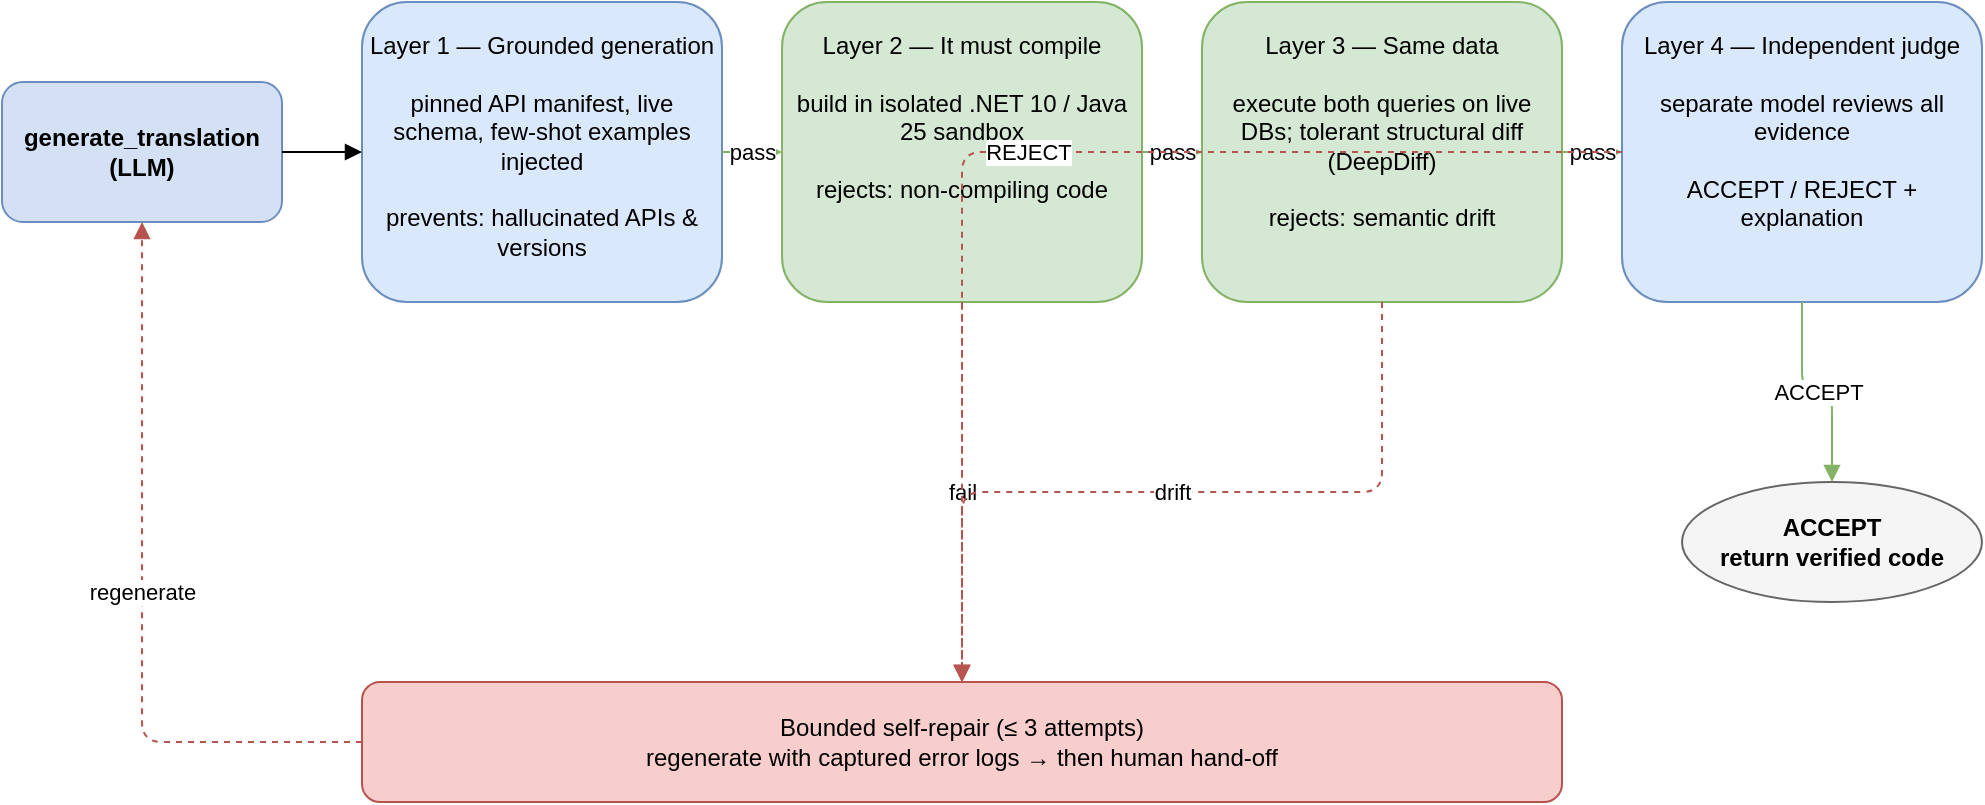
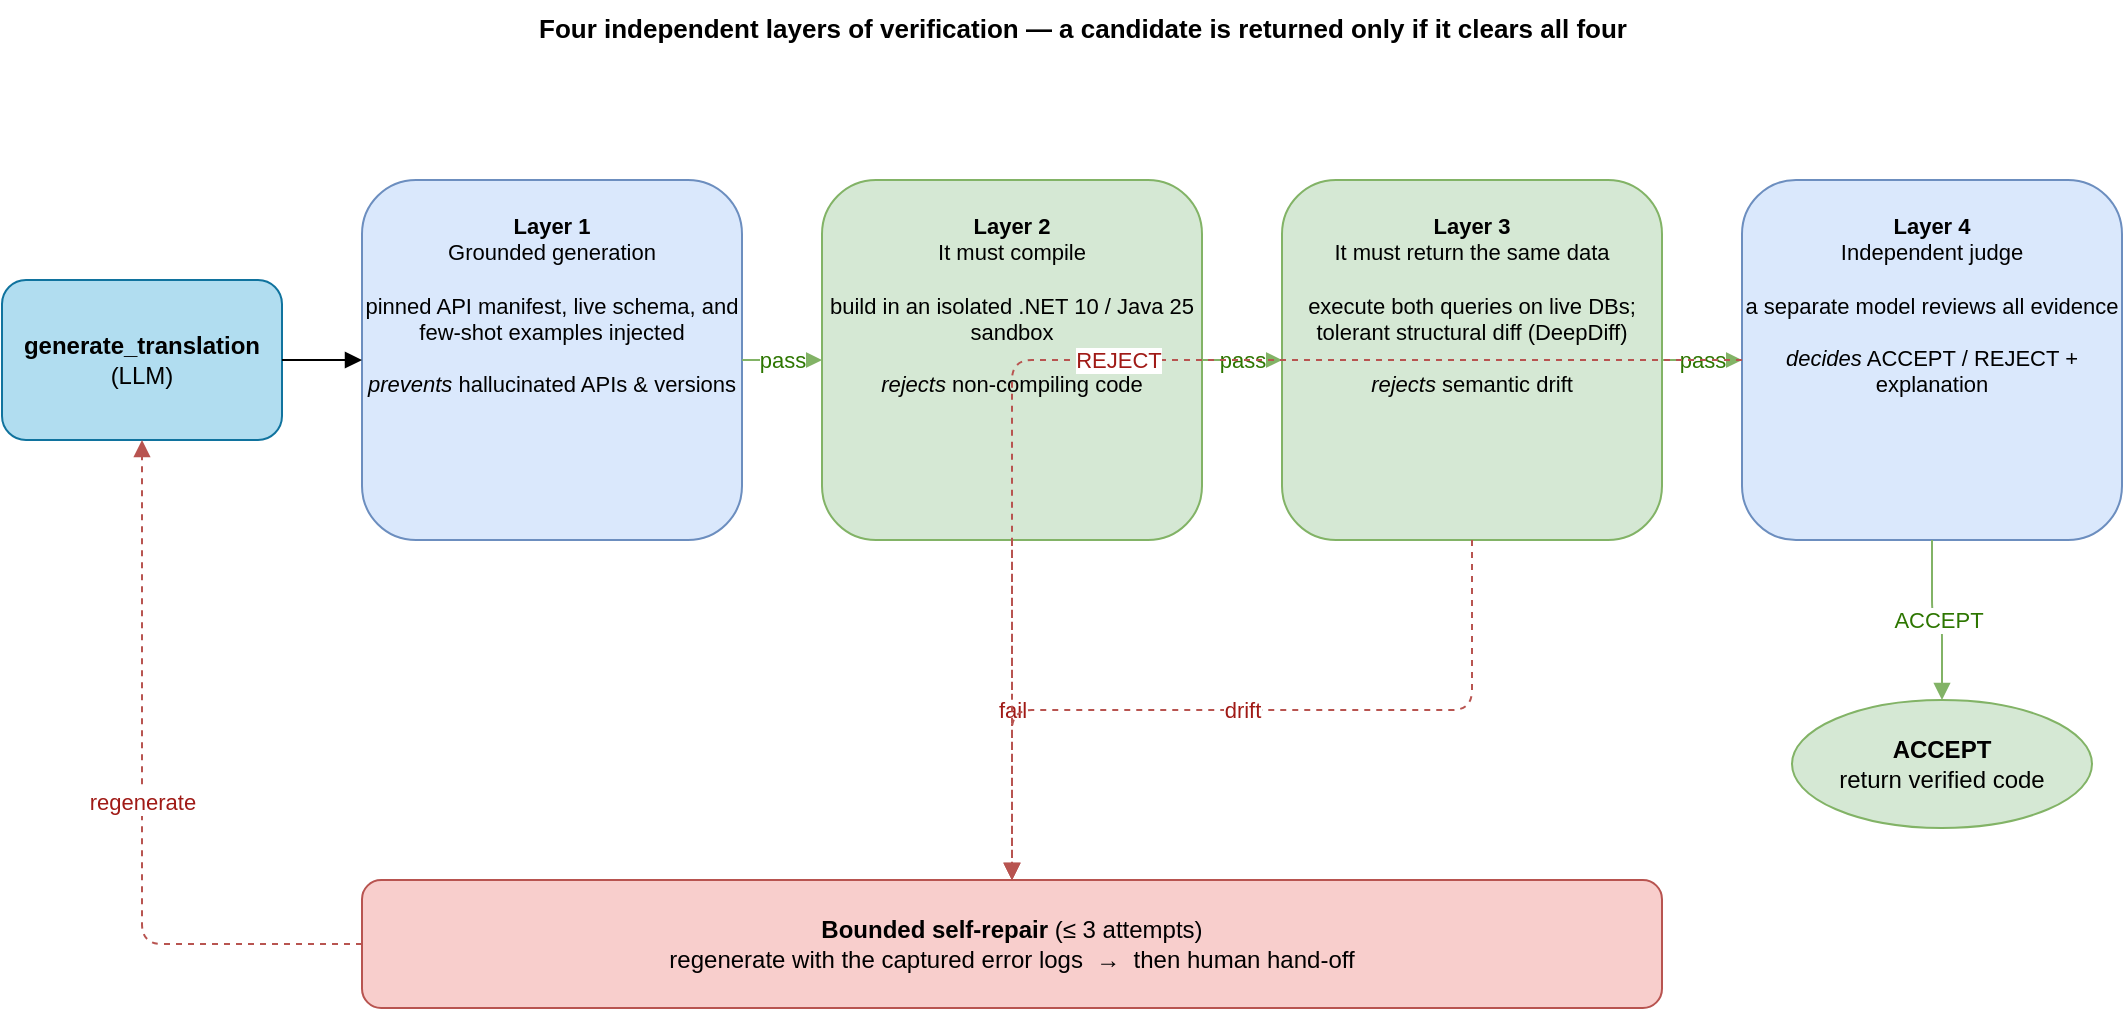
- <mxGraphModel dx="1100" dy="700" grid="1" gridSize="10" guides="1" tooltips="1" connect="1" arrows="1" fold="1" page="1" pageScale="1" pageWidth="1100" pageHeight="700" math="0" shadow="0">
-   <root>
-     <mxCell id="0"/>
-     <mxCell id="1" parent="0"/>
+ <mxfile host="Electron" agent="Mozilla/5.0" version="27.0.9">
+   <diagram id="uom-verification-layers" name="Verification Layers">
+     <mxGraphModel dx="1100" dy="720" grid="1" gridSize="10" guides="1" tooltips="1" connect="1" arrows="1" fold="1" page="1" pageScale="1" pageWidth="1160" pageHeight="560" math="0" shadow="0">
+       <root>
+         <mxCell id="0"/>
+         <mxCell id="1" parent="0"/>

-     <mxCell id="gen" value="generate_translation&#10;(LLM)" style="rounded=1;whiteSpace=wrap;html=1;fillColor=#d4e1f5;strokeColor=#6c8ebf;fontStyle=1" vertex="1" parent="1"><mxGeometry x="40" y="120" width="140" height="70" as="geometry"/></mxCell>
+         <mxCell id="title" value="Four independent layers of verification — a candidate is returned only if it clears all four" style="text;html=1;align=center;fontStyle=1;fontSize=13;fillColor=none" vertex="1" parent="1"><mxGeometry x="60" y="10" width="1040" height="26" as="geometry"/></mxCell>

-     <mxCell id="l1" value="Layer 1 — Grounded generation&#10;&#10;pinned API manifest, live schema, few-shot examples injected&#10;&#10;prevents: hallucinated APIs &amp; versions" style="rounded=1;whiteSpace=wrap;html=1;fillColor=#dae8fc;strokeColor=#6c8ebf;align=center;verticalAlign=top;spacingTop=8" vertex="1" parent="1"><mxGeometry x="220" y="80" width="180" height="150" as="geometry"/></mxCell>
-     <mxCell id="l2" value="Layer 2 — It must compile&#10;&#10;build in isolated .NET 10 / Java 25 sandbox&#10;&#10;rejects: non-compiling code" style="rounded=1;whiteSpace=wrap;html=1;fillColor=#d5e8d4;strokeColor=#82b366;align=center;verticalAlign=top;spacingTop=8" vertex="1" parent="1"><mxGeometry x="430" y="80" width="180" height="150" as="geometry"/></mxCell>
-     <mxCell id="l3" value="Layer 3 — Same data&#10;&#10;execute both queries on live DBs; tolerant structural diff (DeepDiff)&#10;&#10;rejects: semantic drift" style="rounded=1;whiteSpace=wrap;html=1;fillColor=#d5e8d4;strokeColor=#82b366;align=center;verticalAlign=top;spacingTop=8" vertex="1" parent="1"><mxGeometry x="640" y="80" width="180" height="150" as="geometry"/></mxCell>
-     <mxCell id="l4" value="Layer 4 — Independent judge&#10;&#10;separate model reviews all evidence&#10;&#10;ACCEPT / REJECT + explanation" style="rounded=1;whiteSpace=wrap;html=1;fillColor=#dae8fc;strokeColor=#6c8ebf;align=center;verticalAlign=top;spacingTop=8" vertex="1" parent="1"><mxGeometry x="850" y="80" width="180" height="150" as="geometry"/></mxCell>
+         <mxCell id="gen" value="&lt;b&gt;generate_translation&lt;/b&gt;&lt;br&gt;(LLM)" style="rounded=1;whiteSpace=wrap;html=1;fillColor=#b1ddf0;strokeColor=#10739e" vertex="1" parent="1"><mxGeometry x="40" y="150" width="140" height="80" as="geometry"/></mxCell>

-     <mxCell id="accept" value="ACCEPT&#10;return verified code" style="ellipse;whiteSpace=wrap;html=1;fillColor=#f5f5f5;strokeColor=#666666;fontStyle=1" vertex="1" parent="1"><mxGeometry x="880" y="320" width="150" height="60" as="geometry"/></mxCell>
+         <mxCell id="l1" value="&lt;b&gt;Layer 1&lt;/b&gt;&lt;br&gt;Grounded generation&lt;br&gt;&lt;br&gt;pinned API manifest, live schema, and few-shot examples injected&lt;br&gt;&lt;br&gt;&lt;i&gt;prevents&lt;/i&gt; hallucinated APIs &amp; versions" style="rounded=1;whiteSpace=wrap;html=1;fillColor=#dae8fc;strokeColor=#6c8ebf;align=center;verticalAlign=top;spacingTop=10;fontSize=11" vertex="1" parent="1"><mxGeometry x="220" y="100" width="190" height="180" as="geometry"/></mxCell>
+         <mxCell id="l2" value="&lt;b&gt;Layer 2&lt;/b&gt;&lt;br&gt;It must compile&lt;br&gt;&lt;br&gt;build in an isolated .NET 10 / Java 25 sandbox&lt;br&gt;&lt;br&gt;&lt;i&gt;rejects&lt;/i&gt; non-compiling code" style="rounded=1;whiteSpace=wrap;html=1;fillColor=#d5e8d4;strokeColor=#82b366;align=center;verticalAlign=top;spacingTop=10;fontSize=11" vertex="1" parent="1"><mxGeometry x="450" y="100" width="190" height="180" as="geometry"/></mxCell>
+         <mxCell id="l3" value="&lt;b&gt;Layer 3&lt;/b&gt;&lt;br&gt;It must return the same data&lt;br&gt;&lt;br&gt;execute both queries on live DBs; tolerant structural diff (DeepDiff)&lt;br&gt;&lt;br&gt;&lt;i&gt;rejects&lt;/i&gt; semantic drift" style="rounded=1;whiteSpace=wrap;html=1;fillColor=#d5e8d4;strokeColor=#82b366;align=center;verticalAlign=top;spacingTop=10;fontSize=11" vertex="1" parent="1"><mxGeometry x="680" y="100" width="190" height="180" as="geometry"/></mxCell>
+         <mxCell id="l4" value="&lt;b&gt;Layer 4&lt;/b&gt;&lt;br&gt;Independent judge&lt;br&gt;&lt;br&gt;a separate model reviews all evidence&lt;br&gt;&lt;br&gt;&lt;i&gt;decides&lt;/i&gt; ACCEPT / REJECT + explanation" style="rounded=1;whiteSpace=wrap;html=1;fillColor=#dae8fc;strokeColor=#6c8ebf;align=center;verticalAlign=top;spacingTop=10;fontSize=11" vertex="1" parent="1"><mxGeometry x="910" y="100" width="190" height="180" as="geometry"/></mxCell>

-     <mxCell id="repair" value="Bounded self-repair  (&#8804; 3 attempts)&#10;regenerate with captured error logs  &#8594;  then human hand-off" style="rounded=1;whiteSpace=wrap;html=1;fillColor=#f8cecc;strokeColor=#b85450" vertex="1" parent="1"><mxGeometry x="220" y="420" width="600" height="60" as="geometry"/></mxCell>
+         <mxCell id="accept" value="&lt;b&gt;ACCEPT&lt;/b&gt;&lt;br&gt;return verified code" style="ellipse;whiteSpace=wrap;html=1;fillColor=#d5e8d4;strokeColor=#82b366;fontStyle=0" vertex="1" parent="1"><mxGeometry x="935" y="360" width="150" height="64" as="geometry"/></mxCell>
+         <mxCell id="repair" value="&lt;b&gt;Bounded self-repair&lt;/b&gt;  (&#8804; 3 attempts)&lt;br&gt;regenerate with the captured error logs&amp;nbsp;&amp;nbsp;&#8594;&amp;nbsp;&amp;nbsp;then human hand-off" style="rounded=1;whiteSpace=wrap;html=1;fillColor=#f8cecc;strokeColor=#b85450;fontSize=12" vertex="1" parent="1"><mxGeometry x="220" y="450" width="650" height="64" as="geometry"/></mxCell>

-     <mxCell id="ce1" style="edgeStyle=orthogonalEdgeStyle;rounded=1;html=1;endArrow=block" edge="1" parent="1" source="gen" target="l1"><mxGeometry relative="1" as="geometry"/></mxCell>
-     <mxCell id="ce2" value="pass" style="edgeStyle=orthogonalEdgeStyle;rounded=1;html=1;endArrow=block;strokeColor=#82b366" edge="1" parent="1" source="l1" target="l2"><mxGeometry relative="1" as="geometry"/></mxCell>
-     <mxCell id="ce3" value="pass" style="edgeStyle=orthogonalEdgeStyle;rounded=1;html=1;endArrow=block;strokeColor=#82b366" edge="1" parent="1" source="l2" target="l3"><mxGeometry relative="1" as="geometry"/></mxCell>
-     <mxCell id="ce4" value="pass" style="edgeStyle=orthogonalEdgeStyle;rounded=1;html=1;endArrow=block;strokeColor=#82b366" edge="1" parent="1" source="l3" target="l4"><mxGeometry relative="1" as="geometry"/></mxCell>
-     <mxCell id="ce5" value="ACCEPT" style="edgeStyle=orthogonalEdgeStyle;rounded=1;html=1;endArrow=block;strokeColor=#82b366" edge="1" parent="1" source="l4" target="accept"><mxGeometry relative="1" as="geometry"/></mxCell>
+         <mxCell id="ce1" style="edgeStyle=orthogonalEdgeStyle;rounded=1;html=1;endArrow=block" edge="1" parent="1" source="gen" target="l1"><mxGeometry relative="1" as="geometry"/></mxCell>
+         <mxCell id="ce2" value="pass" style="edgeStyle=orthogonalEdgeStyle;rounded=1;html=1;endArrow=block;strokeColor=#82b366;fontColor=#2d7600" edge="1" parent="1" source="l1" target="l2"><mxGeometry relative="1" as="geometry"/></mxCell>
+         <mxCell id="ce3" value="pass" style="edgeStyle=orthogonalEdgeStyle;rounded=1;html=1;endArrow=block;strokeColor=#82b366;fontColor=#2d7600" edge="1" parent="1" source="l2" target="l3"><mxGeometry relative="1" as="geometry"/></mxCell>
+         <mxCell id="ce4" value="pass" style="edgeStyle=orthogonalEdgeStyle;rounded=1;html=1;endArrow=block;strokeColor=#82b366;fontColor=#2d7600" edge="1" parent="1" source="l3" target="l4"><mxGeometry relative="1" as="geometry"/></mxCell>
+         <mxCell id="ce5" value="ACCEPT" style="edgeStyle=orthogonalEdgeStyle;rounded=1;html=1;endArrow=block;strokeColor=#82b366;fontColor=#2d7600" edge="1" parent="1" source="l4" target="accept"><mxGeometry relative="1" as="geometry"/></mxCell>

-     <mxCell id="cf2" value="fail" style="edgeStyle=orthogonalEdgeStyle;rounded=1;html=1;endArrow=block;strokeColor=#b85450;dashed=1" edge="1" parent="1" source="l2" target="repair"><mxGeometry relative="1" as="geometry"/></mxCell>
-     <mxCell id="cf3" value="drift" style="edgeStyle=orthogonalEdgeStyle;rounded=1;html=1;endArrow=block;strokeColor=#b85450;dashed=1" edge="1" parent="1" source="l3" target="repair"><mxGeometry relative="1" as="geometry"/></mxCell>
-     <mxCell id="cf4" value="REJECT" style="edgeStyle=orthogonalEdgeStyle;rounded=1;html=1;endArrow=block;strokeColor=#b85450;dashed=1" edge="1" parent="1" source="l4" target="repair"><mxGeometry relative="1" as="geometry"/></mxCell>
-     <mxCell id="cf5" value="regenerate" style="edgeStyle=orthogonalEdgeStyle;rounded=1;html=1;endArrow=block;strokeColor=#b85450;dashed=1" edge="1" parent="1" source="repair" target="gen"><mxGeometry relative="1" as="geometry"/></mxCell>
-   </root>
- </mxGraphModel>
+         <mxCell id="cf2" value="fail" style="edgeStyle=orthogonalEdgeStyle;rounded=1;html=1;endArrow=block;strokeColor=#b85450;dashed=1;fontColor=#a01a16" edge="1" parent="1" source="l2" target="repair"><mxGeometry relative="1" as="geometry"/></mxCell>
+         <mxCell id="cf3" value="drift" style="edgeStyle=orthogonalEdgeStyle;rounded=1;html=1;endArrow=block;strokeColor=#b85450;dashed=1;fontColor=#a01a16" edge="1" parent="1" source="l3" target="repair"><mxGeometry relative="1" as="geometry"/></mxCell>
+         <mxCell id="cf4" value="REJECT" style="edgeStyle=orthogonalEdgeStyle;rounded=1;html=1;endArrow=block;strokeColor=#b85450;dashed=1;fontColor=#a01a16" edge="1" parent="1" source="l4" target="repair"><mxGeometry relative="1" as="geometry"/></mxCell>
+         <mxCell id="cf5" value="regenerate" style="edgeStyle=orthogonalEdgeStyle;rounded=1;html=1;endArrow=block;strokeColor=#b85450;dashed=1;fontColor=#a01a16" edge="1" parent="1" source="repair" target="gen"><mxGeometry relative="1" as="geometry"/></mxCell>
+       </root>
+     </mxGraphModel>
+   </diagram>
+ </mxfile>
